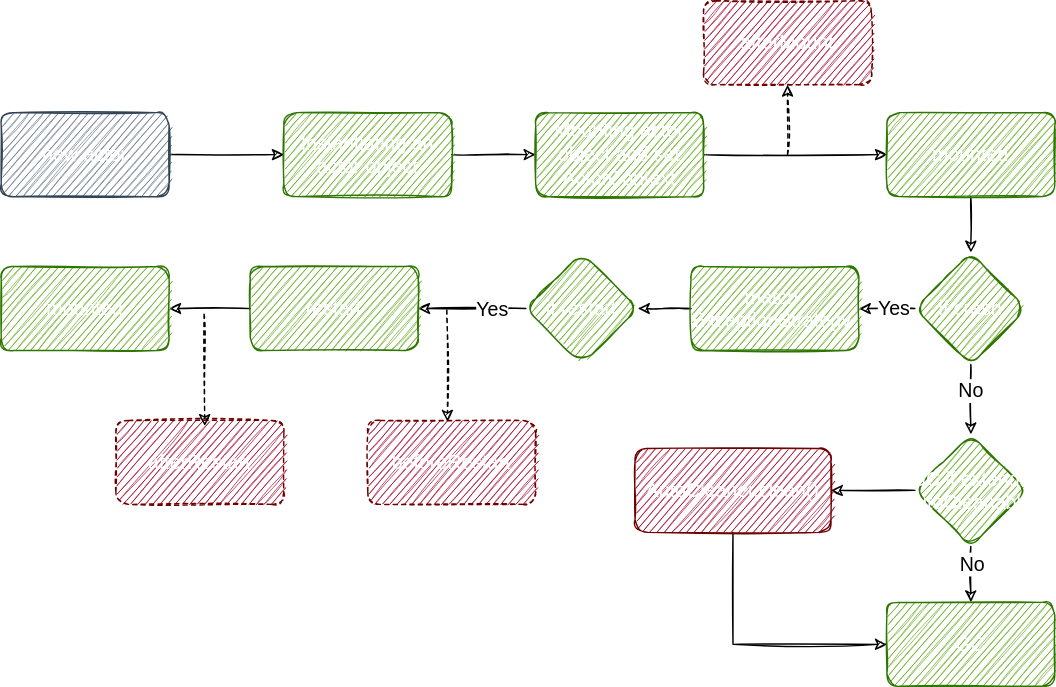
Before: images/actor_life_cycle.drawio.svg, a diagram exported from draw.io (otavia-projects/otavia). Source tidied: cells renumbered, new cells last; positions are measured from the earlier drawing's top-left corner, leaving out a move shared by most shapes.
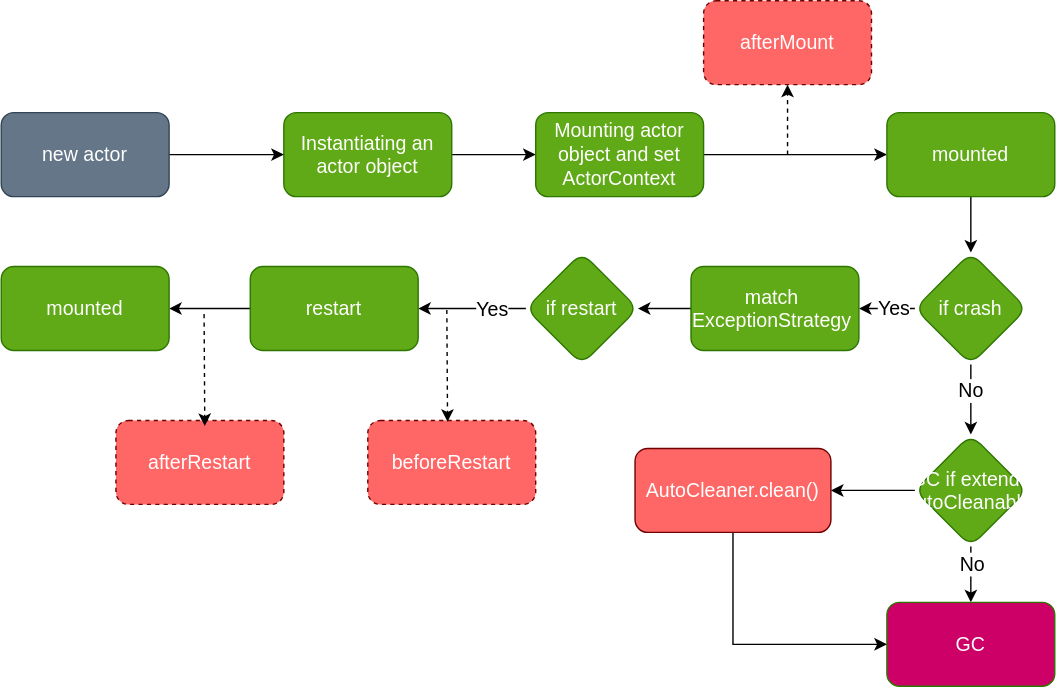
Later version of the same file.

The edit, as a diff of the source:
```diff
@@ -2,114 +2,114 @@
   <root>
     <mxCell id="0" />
     <mxCell id="1" parent="0" />
-    <mxCell id="2" style="edgeStyle=orthogonalEdgeStyle;rounded=0;jettySize=auto;html=1;fontSize=14;sketch=1;" parent="1" edge="1" source="3" target="7">
+    <mxCell id="2" style="edgeStyle=orthogonalEdgeStyle;rounded=0;jettySize=auto;html=1;fontSize=14;" parent="1" edge="1" source="3" target="7">
       <mxGeometry relative="1" as="geometry" />
     </mxCell>
-    <mxCell id="3" value="Instantiating an actor object" style="rounded=1;whiteSpace=wrap;html=1;fontSize=14;sketch=1;fillColor=#60a917;fontColor=#ffffff;strokeColor=#2D7600;" parent="1" vertex="1">
+    <mxCell id="3" value="Instantiating an actor object" style="rounded=1;whiteSpace=wrap;html=1;fontSize=14;fillColor=#60a917;fontColor=#ffffff;strokeColor=#2D7600;" parent="1" vertex="1">
       <mxGeometry x="202" y="80" width="120" height="60" as="geometry" />
     </mxCell>
-    <mxCell id="4" style="edgeStyle=orthogonalEdgeStyle;rounded=0;jettySize=auto;html=1;fontSize=14;sketch=1;" parent="1" edge="1" source="5" target="3">
+    <mxCell id="4" style="edgeStyle=orthogonalEdgeStyle;rounded=0;jettySize=auto;html=1;fontSize=14;" parent="1" edge="1" source="5" target="3">
       <mxGeometry relative="1" as="geometry" />
     </mxCell>
-    <mxCell id="5" value="new actor" style="rounded=1;whiteSpace=wrap;html=1;fontSize=14;sketch=1;fillColor=#647687;fontColor=#ffffff;strokeColor=#314354;" parent="1" vertex="1">
+    <mxCell id="5" value="new actor" style="rounded=1;whiteSpace=wrap;html=1;fontSize=14;fillColor=#647687;fontColor=#ffffff;strokeColor=#314354;" parent="1" vertex="1">
       <mxGeometry y="80" width="120" height="60" as="geometry" />
     </mxCell>
-    <mxCell id="6" style="edgeStyle=orthogonalEdgeStyle;rounded=0;jettySize=auto;html=1;fontSize=14;sketch=1;" parent="1" edge="1" source="7" target="9">
+    <mxCell id="6" style="edgeStyle=orthogonalEdgeStyle;rounded=0;jettySize=auto;html=1;fontSize=14;" parent="1" edge="1" source="7" target="9">
       <mxGeometry relative="1" as="geometry" />
     </mxCell>
-    <mxCell id="7" value="Mounting actor object and set ActorContext" style="rounded=1;whiteSpace=wrap;html=1;fontSize=14;sketch=1;fillColor=#60a917;fontColor=#ffffff;strokeColor=#2D7600;" parent="1" vertex="1">
+    <mxCell id="7" value="Mounting actor object and set ActorContext" style="rounded=1;whiteSpace=wrap;html=1;fontSize=14;fillColor=#60a917;fontColor=#ffffff;strokeColor=#2D7600;" parent="1" vertex="1">
       <mxGeometry x="382" y="80" width="120" height="60" as="geometry" />
     </mxCell>
-    <mxCell id="8" style="edgeStyle=orthogonalEdgeStyle;rounded=0;jettySize=auto;html=1;fontSize=14;sketch=1;" parent="1" edge="1" source="9" target="16">
+    <mxCell id="8" style="edgeStyle=orthogonalEdgeStyle;rounded=0;jettySize=auto;html=1;fontSize=14;" parent="1" edge="1" source="9" target="16">
       <mxGeometry relative="1" as="geometry" />
     </mxCell>
-    <mxCell id="9" value="mounted" style="rounded=1;whiteSpace=wrap;html=1;fontSize=14;sketch=1;fillColor=#60a917;fontColor=#ffffff;strokeColor=#2D7600;" parent="1" vertex="1">
+    <mxCell id="9" value="mounted" style="rounded=1;whiteSpace=wrap;html=1;fontSize=14;fillColor=#60a917;fontColor=#ffffff;strokeColor=#2D7600;" parent="1" vertex="1">
       <mxGeometry x="633" y="80" width="120" height="60" as="geometry" />
     </mxCell>
-    <mxCell id="10" value="afterMount" style="rounded=1;whiteSpace=wrap;html=1;fontSize=14;dashed=1;sketch=1;fillColor=#a20025;fontColor=#ffffff;strokeColor=#6F0000;" parent="1" vertex="1">
+    <mxCell id="10" value="afterMount" style="rounded=1;whiteSpace=wrap;html=1;fontSize=14;dashed=1;fillColor=#FF6666;fontColor=#ffffff;strokeColor=#6F0000;" parent="1" vertex="1">
       <mxGeometry x="502" width="120" height="60" as="geometry" />
     </mxCell>
-    <mxCell id="11" style="endArrow=classic;html=1;rounded=0;fontSize=14;dashed=1;entryX=0.5;entryY=1;entryDx=0;entryDy=0;sketch=1;" parent="1" edge="1" target="10">
+    <mxCell id="11" style="endArrow=classic;html=1;rounded=0;fontSize=14;dashed=1;entryX=0.5;entryY=1;entryDx=0;entryDy=0;" parent="1" edge="1" target="10">
       <mxGeometry relative="1" as="geometry">
         <mxPoint x="562" y="110" as="sourcePoint" />
       </mxGeometry>
     </mxCell>
-    <mxCell id="12" style="edgeStyle=orthogonalEdgeStyle;rounded=0;jettySize=auto;html=1;fontSize=14;sketch=1;" parent="1" edge="1" source="16" target="18">
+    <mxCell id="12" style="edgeStyle=orthogonalEdgeStyle;rounded=0;jettySize=auto;html=1;fontSize=14;" parent="1" edge="1" source="16" target="18">
       <mxGeometry relative="1" as="geometry" />
     </mxCell>
-    <mxCell id="13" value="Yes" style="edgeLabel;html=1;align=center;verticalAlign=middle;fontSize=14;sketch=1;" parent="12" vertex="1">
+    <mxCell id="13" value="Yes" style="edgeLabel;html=1;align=center;verticalAlign=middle;fontSize=14;" parent="12" vertex="1">
       <mxGeometry x="-0.19" y="-1" relative="1" as="geometry" />
     </mxCell>
-    <mxCell id="14" style="edgeStyle=orthogonalEdgeStyle;rounded=0;jettySize=auto;html=1;fontSize=14;sketch=1;" parent="1" edge="1" source="16" target="30">
+    <mxCell id="14" style="edgeStyle=orthogonalEdgeStyle;rounded=0;jettySize=auto;html=1;fontSize=14;" parent="1" edge="1" source="16" target="30">
       <mxGeometry relative="1" as="geometry" />
     </mxCell>
-    <mxCell id="15" value="No" style="edgeLabel;html=1;align=center;verticalAlign=middle;fontSize=14;sketch=1;" parent="14" vertex="1">
+    <mxCell id="15" value="No" style="edgeLabel;html=1;align=center;verticalAlign=middle;fontSize=14;" parent="14" vertex="1">
       <mxGeometry x="-0.27" y="-1" relative="1" as="geometry" />
     </mxCell>
-    <mxCell id="16" value="if crash" style="rhombus;whiteSpace=wrap;html=1;fontSize=14;rounded=1;sketch=1;fillColor=#60a917;fontColor=#ffffff;strokeColor=#2D7600;" parent="1" vertex="1">
+    <mxCell id="16" value="if crash" style="rhombus;whiteSpace=wrap;html=1;fontSize=14;rounded=1;fillColor=#60a917;fontColor=#ffffff;strokeColor=#2D7600;" parent="1" vertex="1">
       <mxGeometry x="653" y="180" width="80" height="80" as="geometry" />
     </mxCell>
-    <mxCell id="17" style="edgeStyle=orthogonalEdgeStyle;rounded=0;jettySize=auto;html=1;fontSize=14;sketch=1;" parent="1" edge="1" source="18" target="21">
+    <mxCell id="17" style="edgeStyle=orthogonalEdgeStyle;rounded=0;jettySize=auto;html=1;fontSize=14;" parent="1" edge="1" source="18" target="21">
       <mxGeometry relative="1" as="geometry" />
     </mxCell>
-    <mxCell id="18" value="match&amp;nbsp;&lt;br&gt;ExceptionStrategy&amp;nbsp;" style="whiteSpace=wrap;html=1;fontSize=14;rounded=1;sketch=1;fillColor=#60a917;fontColor=#ffffff;strokeColor=#2D7600;" parent="1" vertex="1">
+    <mxCell id="18" value="match&amp;nbsp;&lt;br&gt;ExceptionStrategy&amp;nbsp;" style="whiteSpace=wrap;html=1;fontSize=14;rounded=1;fillColor=#60a917;fontColor=#ffffff;strokeColor=#2D7600;" parent="1" vertex="1">
       <mxGeometry x="493" y="190" width="120" height="60" as="geometry" />
     </mxCell>
-    <mxCell id="19" style="edgeStyle=orthogonalEdgeStyle;rounded=0;jettySize=auto;html=1;fontSize=14;sketch=1;" parent="1" edge="1" source="21" target="23">
+    <mxCell id="19" style="edgeStyle=orthogonalEdgeStyle;rounded=0;jettySize=auto;html=1;fontSize=14;" parent="1" edge="1" source="21" target="23">
       <mxGeometry relative="1" as="geometry" />
     </mxCell>
-    <mxCell id="20" value="Yes" style="edgeLabel;html=1;align=center;verticalAlign=middle;fontSize=14;sketch=1;" parent="19" vertex="1">
+    <mxCell id="20" value="Yes" style="edgeLabel;html=1;align=center;verticalAlign=middle;fontSize=14;" parent="19" vertex="1">
       <mxGeometry x="-0.36" relative="1" as="geometry" />
     </mxCell>
-    <mxCell id="21" value="if restart" style="rhombus;whiteSpace=wrap;html=1;fontSize=14;rounded=1;sketch=1;fillColor=#60a917;fontColor=#ffffff;strokeColor=#2D7600;" parent="1" vertex="1">
+    <mxCell id="21" value="if restart" style="rhombus;whiteSpace=wrap;html=1;fontSize=14;rounded=1;fillColor=#60a917;fontColor=#ffffff;strokeColor=#2D7600;" parent="1" vertex="1">
       <mxGeometry x="375" y="180" width="80" height="80" as="geometry" />
     </mxCell>
-    <mxCell id="22" style="edgeStyle=orthogonalEdgeStyle;rounded=0;jettySize=auto;html=1;fontSize=14;sketch=1;" parent="1" edge="1" source="23" target="26">
+    <mxCell id="22" style="edgeStyle=orthogonalEdgeStyle;rounded=0;jettySize=auto;html=1;fontSize=14;" parent="1" edge="1" source="23" target="26">
       <mxGeometry relative="1" as="geometry" />
     </mxCell>
-    <mxCell id="23" value="restart" style="whiteSpace=wrap;html=1;fontSize=14;rounded=1;sketch=1;fillColor=#60a917;fontColor=#ffffff;strokeColor=#2D7600;" parent="1" vertex="1">
+    <mxCell id="23" value="restart" style="whiteSpace=wrap;html=1;fontSize=14;rounded=1;fillColor=#60a917;fontColor=#ffffff;strokeColor=#2D7600;" parent="1" vertex="1">
       <mxGeometry x="178" y="190" width="120" height="60" as="geometry" />
     </mxCell>
-    <mxCell id="24" value="beforeRestart" style="rounded=1;whiteSpace=wrap;html=1;fontSize=14;dashed=1;sketch=1;fillColor=#a20025;fontColor=#ffffff;strokeColor=#6F0000;" parent="1" vertex="1">
+    <mxCell id="24" value="beforeRestart" style="rounded=1;whiteSpace=wrap;html=1;fontSize=14;dashed=1;fillColor=#FF6666;fontColor=#ffffff;strokeColor=#6F0000;" parent="1" vertex="1">
       <mxGeometry x="262" y="300" width="120" height="60" as="geometry" />
     </mxCell>
-    <mxCell id="25" style="endArrow=classic;html=1;rounded=0;fontSize=14;entryX=0.5;entryY=0;entryDx=0;entryDy=0;dashed=1;sketch=1;" parent="1" edge="1">
+    <mxCell id="25" style="endArrow=classic;html=1;rounded=0;fontSize=14;entryX=0.5;entryY=0;entryDx=0;entryDy=0;dashed=1;" parent="1" edge="1">
       <mxGeometry relative="1" as="geometry">
         <mxPoint x="318.5" y="221" as="sourcePoint" />
         <mxPoint x="319" y="301" as="targetPoint" />
       </mxGeometry>
     </mxCell>
-    <mxCell id="26" value="mounted" style="whiteSpace=wrap;html=1;fontSize=14;rounded=1;sketch=1;fillColor=#60a917;fontColor=#ffffff;strokeColor=#2D7600;" parent="1" vertex="1">
+    <mxCell id="26" value="mounted" style="whiteSpace=wrap;html=1;fontSize=14;rounded=1;fillColor=#60a917;fontColor=#ffffff;strokeColor=#2D7600;" parent="1" vertex="1">
       <mxGeometry y="190" width="120" height="60" as="geometry" />
     </mxCell>
-    <mxCell id="27" style="edgeStyle=orthogonalEdgeStyle;rounded=0;jettySize=auto;html=1;fontSize=14;sketch=1;" parent="1" edge="1" source="30" target="33">
+    <mxCell id="27" style="edgeStyle=orthogonalEdgeStyle;rounded=0;jettySize=auto;html=1;fontSize=14;" parent="1" edge="1" source="30" target="33">
       <mxGeometry relative="1" as="geometry" />
     </mxCell>
-    <mxCell id="28" value="No" style="edgeLabel;html=1;align=center;verticalAlign=middle;fontSize=14;sketch=1;" parent="27" vertex="1">
+    <mxCell id="28" value="No" style="edgeLabel;html=1;align=center;verticalAlign=middle;fontSize=14;" parent="27" vertex="1">
       <mxGeometry x="-0.38" relative="1" as="geometry" />
     </mxCell>
-    <mxCell id="29" style="edgeStyle=orthogonalEdgeStyle;rounded=0;jettySize=auto;html=1;fontSize=14;sketch=1;" parent="1" edge="1" source="30" target="35">
+    <mxCell id="29" style="edgeStyle=orthogonalEdgeStyle;rounded=0;jettySize=auto;html=1;fontSize=14;" parent="1" edge="1" source="30" target="35">
       <mxGeometry relative="1" as="geometry" />
     </mxCell>
-    <mxCell id="30" value="GC if extends&lt;br&gt;AutoCleanable&amp;nbsp;" style="rhombus;whiteSpace=wrap;html=1;fontSize=14;rounded=1;sketch=1;fillColor=#60a917;fontColor=#ffffff;strokeColor=#2D7600;" parent="1" vertex="1">
+    <mxCell id="30" value="GC if extends&lt;br&gt;AutoCleanable&amp;nbsp;" style="rhombus;whiteSpace=wrap;html=1;fontSize=14;rounded=1;fillColor=#60a917;fontColor=#ffffff;strokeColor=#2D7600;" parent="1" vertex="1">
       <mxGeometry x="653" y="310" width="80" height="80" as="geometry" />
     </mxCell>
-    <mxCell id="31" value="afterRestart" style="rounded=1;whiteSpace=wrap;html=1;fontSize=14;dashed=1;sketch=1;fillColor=#a20025;fontColor=#ffffff;strokeColor=#6F0000;" parent="1" vertex="1">
+    <mxCell id="31" value="afterRestart" style="rounded=1;whiteSpace=wrap;html=1;fontSize=14;dashed=1;fillColor=#FF6666;fontColor=#ffffff;strokeColor=#6F0000;" parent="1" vertex="1">
       <mxGeometry x="82" y="300" width="120" height="60" as="geometry" />
     </mxCell>
-    <mxCell id="32" style="endArrow=classic;html=1;rounded=0;fontSize=14;entryX=0.5;entryY=0;entryDx=0;entryDy=0;dashed=1;sketch=1;" parent="1" edge="1">
+    <mxCell id="32" style="endArrow=classic;html=1;rounded=0;fontSize=14;entryX=0.5;entryY=0;entryDx=0;entryDy=0;dashed=1;" parent="1" edge="1">
       <mxGeometry relative="1" as="geometry">
         <mxPoint x="145" y="224" as="sourcePoint" />
         <mxPoint x="145.5" y="304" as="targetPoint" />
       </mxGeometry>
     </mxCell>
-    <mxCell id="33" value="GC" style="whiteSpace=wrap;html=1;fontSize=14;rounded=1;sketch=1;fillColor=#60a917;fontColor=#ffffff;strokeColor=#2D7600;" parent="1" vertex="1">
+    <mxCell id="33" value="GC" style="whiteSpace=wrap;html=1;fontSize=14;rounded=1;fillColor=#CC0066;fontColor=#ffffff;strokeColor=#2D7600;" parent="1" vertex="1">
       <mxGeometry x="633" y="430" width="120" height="60" as="geometry" />
     </mxCell>
-    <mxCell id="34" style="edgeStyle=orthogonalEdgeStyle;rounded=0;jettySize=auto;html=1;entryX=0;entryY=0.5;entryDx=0;entryDy=0;fontSize=14;exitX=0.5;exitY=1;exitDx=0;exitDy=0;sketch=1;" parent="1" edge="1" source="35" target="33">
+    <mxCell id="34" style="edgeStyle=orthogonalEdgeStyle;rounded=0;jettySize=auto;html=1;entryX=0;entryY=0.5;entryDx=0;entryDy=0;fontSize=14;exitX=0.5;exitY=1;exitDx=0;exitDy=0;" parent="1" edge="1" source="35" target="33">
       <mxGeometry relative="1" as="geometry" />
     </mxCell>
-    <mxCell id="35" value="AutoCleaner.clean()" style="whiteSpace=wrap;html=1;fontSize=14;rounded=1;sketch=1;fillColor=#a20025;fontColor=#ffffff;strokeColor=#6F0000;" parent="1" vertex="1">
+    <mxCell id="35" value="AutoCleaner.clean()" style="whiteSpace=wrap;html=1;fontSize=14;rounded=1;fillColor=#FF6666;fontColor=#ffffff;strokeColor=#6F0000;" parent="1" vertex="1">
       <mxGeometry x="453" y="320" width="140" height="60" as="geometry" />
     </mxCell>
   </root>
```
